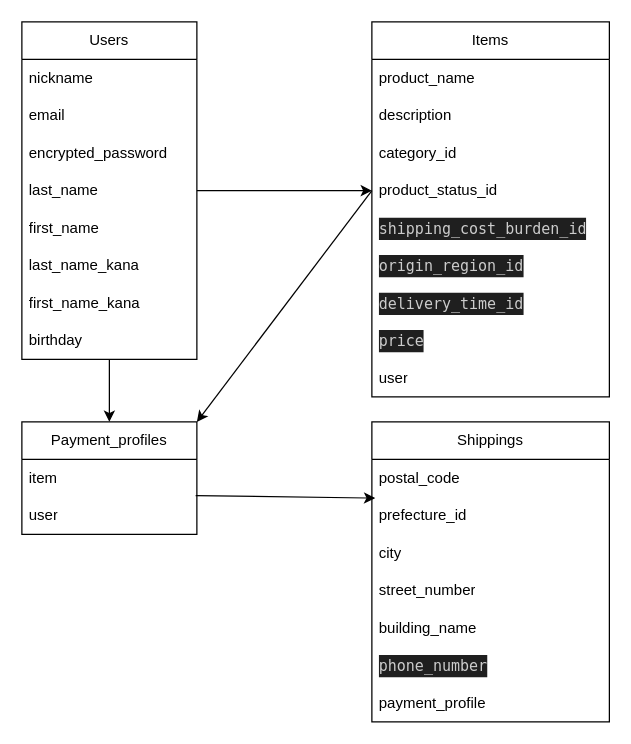
sekihono/furima-39817 keeps this draw.io diagram as test.drawio.dio. Above is the earlier version. Source tidied: cells renumbered, new cells numbered last; positions are measured from the earlier drawing's top-left corner, leaving out a move shared by most shapes. Both pictures are drawn from the tidied source at 125%, with x=0, y=0 at pixel (21, 21).
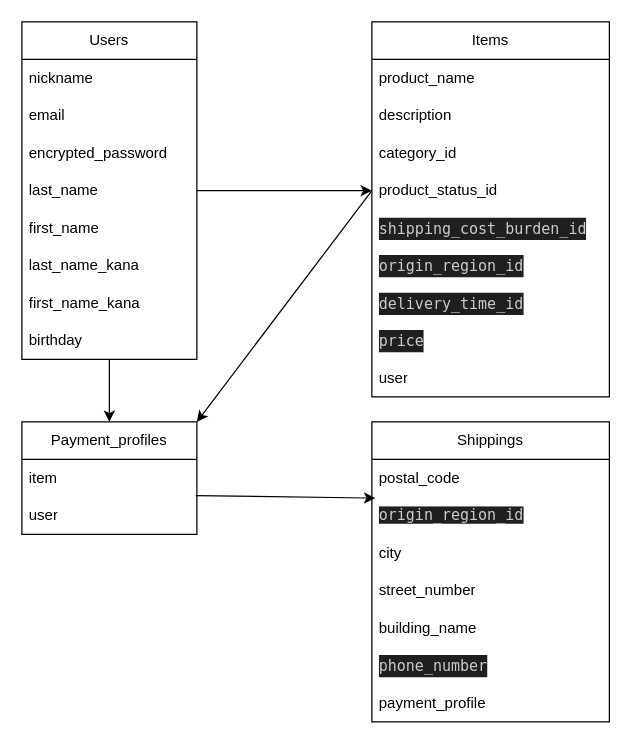
The same diagram, later.

The change refers to these unchanged cells:
```xml
<mxCell id="26" value="Shippings" style="swimlane;fontStyle=0;horizontal=1;startSize=30;whiteSpace=wrap;html=1;" parent="1" vertex="1">
  <mxGeometry x="280" y="320" width="190" height="240" as="geometry" />
</mxCell>
```

The edit, as a diff of the source:
```diff
@@
-    <mxCell id="28" value="prefecture_id" style="text;strokeColor=none;fillColor=none;align=left;verticalAlign=middle;spacingLeft=4;spacingRight=4;overflow=hidden;points=[[0,0.5],[1,0.5]];portConstraint=eastwest;whiteSpace=wrap;html=1;" parent="26" vertex="1">
+    <mxCell id="28" value="&lt;span style=&quot;color: rgb(204, 204, 204); font-family: Menlo, Monaco, &amp;quot;Courier New&amp;quot;, monospace; background-color: rgb(31, 31, 31);&quot;&gt;origin_region_id&lt;/span&gt;" style="text;strokeColor=none;fillColor=none;align=left;verticalAlign=middle;spacingLeft=4;spacingRight=4;overflow=hidden;points=[[0,0.5],[1,0.5]];portConstraint=eastwest;whiteSpace=wrap;html=1;" parent="26" vertex="1">
       <mxGeometry y="60" width="190" height="30" as="geometry" />
     </mxCell>
```
